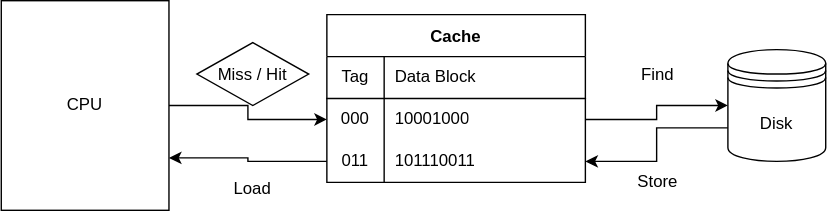
Earlier version of the draw.io export Cache 동작원리.svg (AnneMayor/TestRepository). Source tidied: cells renumbered, new cells last; positions are measured from the earlier drawing's top-left corner, leaving out a move shared by most shapes.
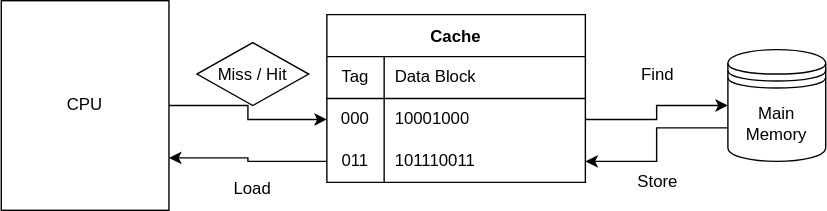
Later version of the same file.

Diff of the diagram source:
```diff
@@ -11,7 +11,7 @@
     <mxCell id="4" style="edgeStyle=orthogonalEdgeStyle;rounded=0;jettySize=auto;html=1;exitX=0;exitY=0.7;exitDx=0;exitDy=0;entryX=1;entryY=0.5;entryDx=0;entryDy=0;" parent="1" edge="1" source="5" target="13">
       <mxGeometry relative="1" as="geometry" />
     </mxCell>
-    <mxCell id="5" value="Disk" style="shape=datastore;whiteSpace=wrap;html=1;strokeColor=default;" parent="1" vertex="1">
+    <mxCell id="5" value="Main Memory" style="shape=datastore;whiteSpace=wrap;html=1;strokeColor=default;" parent="1" vertex="1">
       <mxGeometry x="520" y="35" width="70" height="80" as="geometry" />
     </mxCell>
     <mxCell id="6" value="Cache" style="shape=table;startSize=30;rowLines=0;fontStyle=1;align=center;strokeColor=default;" parent="1" vertex="1">
```
